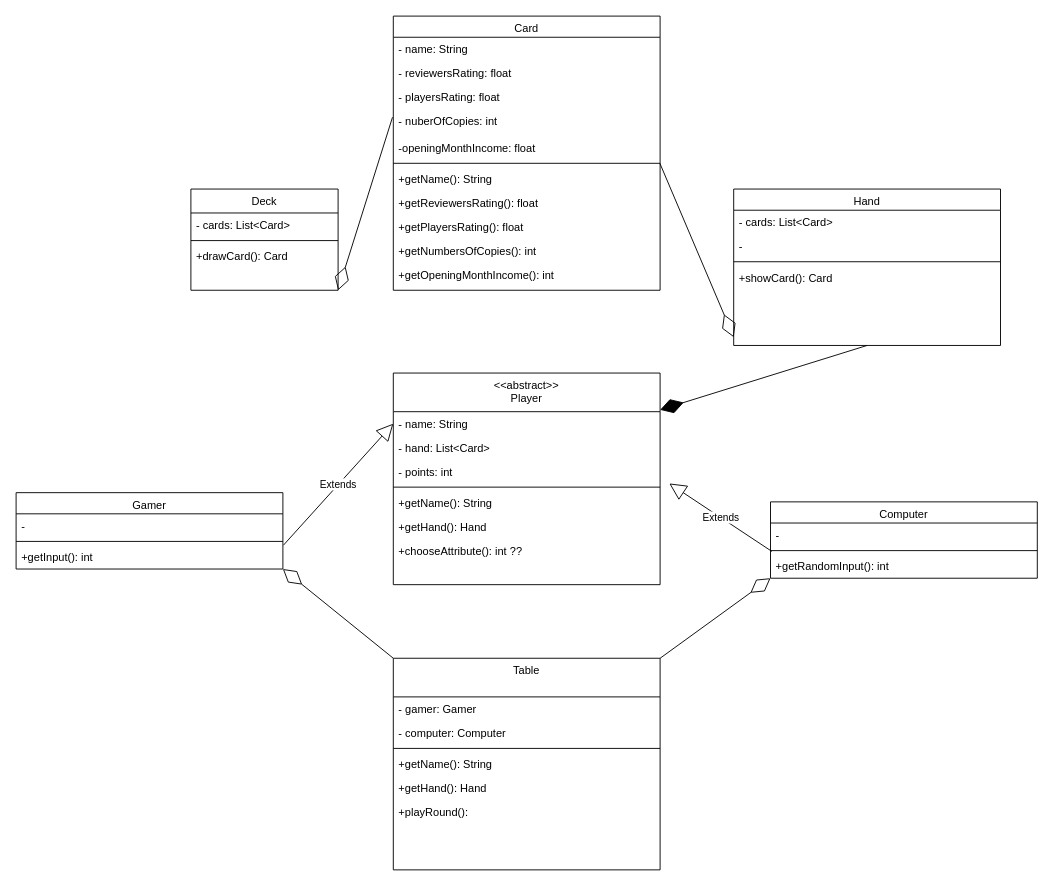
CodecoolKRK20173/battle-of-cards-straznicy-abstrakcji keeps this draw.io diagram as UML.drawio. Above is the earlier version. Source tidied: cells renumbered, new cells numbered last; positions are measured from the earlier drawing's top-left corner, leaving out a move shared by most shapes. Both pictures are drawn from the tidied source at 92%, with x=0, y=0 at pixel (16, 16).
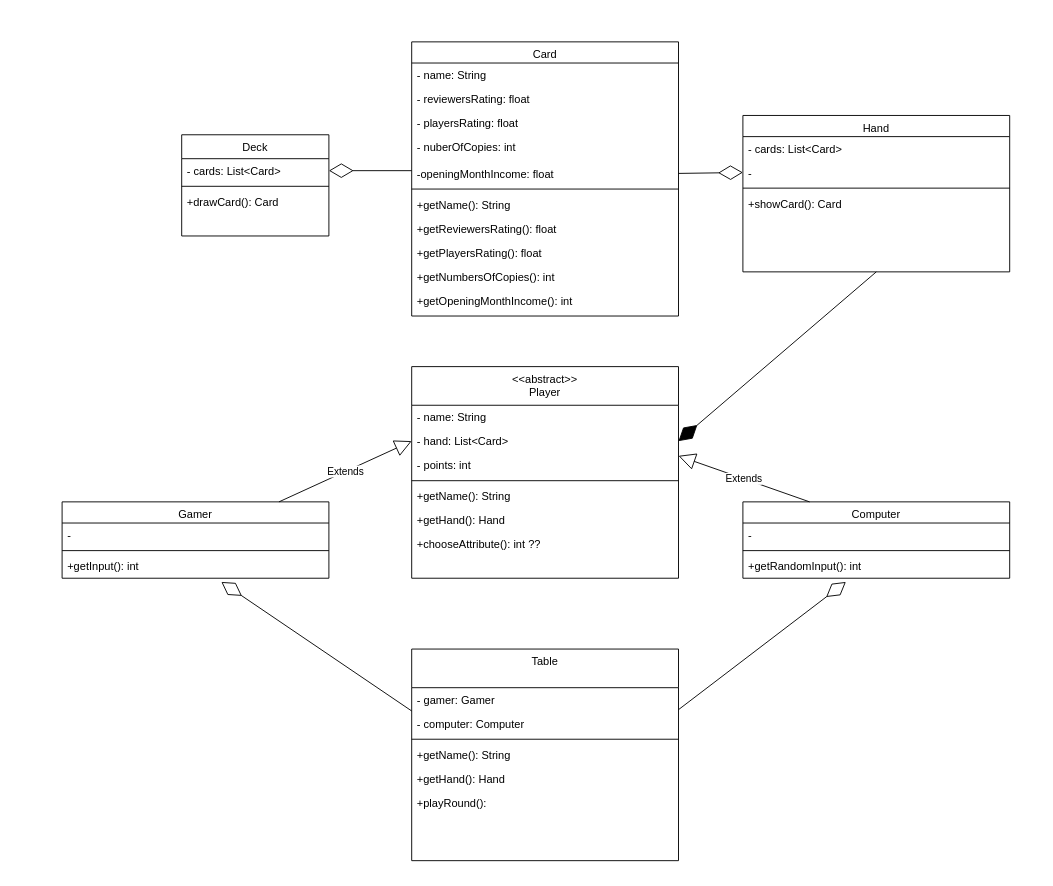
After the change.

Commit message:
Made prettier UML

Unchanged cells that the change refers to:
```xml
<mxCell id="6" value="- nuberOfCopies: int" style="text;align=left;verticalAlign=top;spacingLeft=4;spacingRight=4;overflow=hidden;points=[[0,0.5],[1,0.5]];portConstraint=eastwest;rounded=0;shadow=0;html=0;" parent="2" vertex="1">
  <mxGeometry y="101" width="290" height="29" as="geometry" />
</mxCell>
<mxCell id="7" value="-openingMonthIncome: float" style="text;align=left;verticalAlign=top;spacingLeft=4;spacingRight=4;overflow=hidden;points=[[0,0.5],[1,0.5]];portConstraint=eastwest;rounded=0;shadow=0;html=0;" parent="2" vertex="1">
  <mxGeometry y="130" width="290" height="26" as="geometry" />
</mxCell>
<mxCell id="8" style="line;html=1;strokeWidth=1;align=left;verticalAlign=middle;spacingTop=-1;spacingLeft=3;spacingRight=3;labelPosition=right;points=[];portConstraint=eastwest;" parent="2" vertex="1">
  <mxGeometry y="156" width="290" height="8" as="geometry" />
</mxCell>
<mxCell id="15" value="- name: String" style="text;align=left;verticalAlign=top;spacingLeft=4;spacingRight=4;overflow=hidden;points=[[0,0.5],[1,0.5]];portConstraint=eastwest;" parent="14" vertex="1">
  <mxGeometry y="42" width="290" height="26" as="geometry" />
</mxCell>
<mxCell id="16" value="- hand: List&lt;Card&gt;" style="text;align=left;verticalAlign=top;spacingLeft=4;spacingRight=4;overflow=hidden;points=[[0,0.5],[1,0.5]];portConstraint=eastwest;rounded=0;shadow=0;html=0;" parent="14" vertex="1">
  <mxGeometry y="68" width="290" height="26" as="geometry" />
</mxCell>
<mxCell id="23" value="- gamer: Gamer" style="text;align=left;verticalAlign=top;spacingLeft=4;spacingRight=4;overflow=hidden;points=[[0,0.5],[1,0.5]];portConstraint=eastwest;" parent="22" vertex="1">
  <mxGeometry y="42" width="290" height="26" as="geometry" />
</mxCell>
<mxCell id="24" value="- computer: Computer " style="text;align=left;verticalAlign=top;spacingLeft=4;spacingRight=4;overflow=hidden;points=[[0,0.5],[1,0.5]];portConstraint=eastwest;rounded=0;shadow=0;html=0;" parent="22" vertex="1">
  <mxGeometry y="68" width="290" height="26" as="geometry" />
</mxCell>
<mxCell id="31" value="- " style="text;align=left;verticalAlign=top;spacingLeft=4;spacingRight=4;overflow=hidden;points=[[0,0.5],[1,0.5]];portConstraint=eastwest;rounded=0;shadow=0;html=0;" parent="29" vertex="1">
  <mxGeometry y="49" width="290" height="26" as="geometry" />
</mxCell>
<mxCell id="37" value="+getInput(): int" style="text;align=left;verticalAlign=top;spacingLeft=4;spacingRight=4;overflow=hidden;points=[[0,0.5],[1,0.5]];portConstraint=eastwest;" parent="34" vertex="1">
  <mxGeometry y="57" width="290" height="26" as="geometry" />
</mxCell>
<mxCell id="41" value="+getRandomInput(): int" style="text;align=left;verticalAlign=top;spacingLeft=4;spacingRight=4;overflow=hidden;points=[[0,0.5],[1,0.5]];portConstraint=eastwest;" parent="38" vertex="1">
  <mxGeometry y="57" width="290" height="26" as="geometry" />
</mxCell>
<mxCell id="43" value="- cards: List&lt;Card&gt;" style="text;align=left;verticalAlign=top;spacingLeft=4;spacingRight=4;overflow=hidden;points=[[0,0.5],[1,0.5]];portConstraint=eastwest;" parent="42" vertex="1">
  <mxGeometry y="26" width="160" height="26" as="geometry" />
</mxCell>
```

Diff of the diagram source:
```diff
@@
     <mxCell id="2" value="Card" style="swimlane;fontStyle=0;align=center;verticalAlign=top;horizontal=1;startSize=23;rounded=0;shadow=0;strokeWidth=1;" parent="1" vertex="1">
-      <mxGeometry x="410" width="290" height="298" as="geometry" />
+      <mxGeometry x="430" y="28" width="290" height="298" as="geometry" />
     </mxCell>
@@
     <mxCell id="14" value="&lt;&lt;abstract&gt;&gt;&#10;Player&#10;" style="swimlane;fontStyle=0;align=center;verticalAlign=top;horizontal=1;startSize=42;rounded=0;shadow=0;strokeWidth=1;" parent="1" vertex="1">
-      <mxGeometry x="410" y="388" width="290" height="230" as="geometry" />
+      <mxGeometry x="430" y="381" width="290" height="230" as="geometry" />
     </mxCell>
@@
     <mxCell id="22" value="Table " style="swimlane;fontStyle=0;align=center;verticalAlign=top;horizontal=1;startSize=42;rounded=0;shadow=0;strokeWidth=1;" parent="1" vertex="1">
-      <mxGeometry x="410" y="698" width="290" height="230" as="geometry" />
+      <mxGeometry x="430" y="688" width="290" height="230" as="geometry" />
     </mxCell>
@@
     <mxCell id="29" value="Hand" style="swimlane;fontStyle=0;align=center;verticalAlign=top;horizontal=1;startSize=23;rounded=0;shadow=0;strokeWidth=1;" parent="1" vertex="1">
-      <mxGeometry x="780" y="188" width="290" height="170" as="geometry" />
+      <mxGeometry x="790" y="108" width="290" height="170" as="geometry" />
     </mxCell>
@@
     <mxCell id="34" value="Gamer " style="swimlane;fontStyle=0;align=center;verticalAlign=top;horizontal=1;startSize=23;rounded=0;shadow=0;strokeWidth=1;" parent="1" vertex="1">
-      <mxGeometry y="518" width="290" height="83" as="geometry" />
+      <mxGeometry x="50" y="528" width="290" height="83" as="geometry" />
     </mxCell>
@@
     <mxCell id="38" value="Computer " style="swimlane;fontStyle=0;align=center;verticalAlign=top;horizontal=1;startSize=23;rounded=0;shadow=0;strokeWidth=1;" parent="1" vertex="1">
-      <mxGeometry x="820" y="528" width="290" height="83" as="geometry" />
+      <mxGeometry x="790" y="528" width="290" height="83" as="geometry" />
     </mxCell>
@@
     <mxCell id="42" value="Deck" style="swimlane;fontStyle=0;align=center;verticalAlign=top;horizontal=1;startSize=26;rounded=0;shadow=0;strokeWidth=1;" parent="1" vertex="1">
-      <mxGeometry x="190" y="188" width="160" height="110" as="geometry" />
+      <mxGeometry x="180" y="129" width="160" height="110" as="geometry" />
     </mxCell>
@@
-    <mxCell id="46" style="endArrow=diamondThin;endFill=0;endSize=24;html=1;exitX=-0.003;exitY=0.31;exitDx=0;exitDy=0;exitPerimeter=0;entryX=1;entryY=1;entryDx=0;entryDy=0;" parent="1" edge="1" source="6" target="42">
-      <mxGeometry relative="1" as="geometry" />
+    <mxCell id="46" style="endArrow=diamondThin;endFill=0;endSize=24;html=1;entryX=1;entryY=0.5;entryDx=0;entryDy=0;" parent="1" edge="1" target="43">
+      <mxGeometry relative="1" as="geometry">
+        <mxPoint x="430" y="168" as="sourcePoint" />
+      </mxGeometry>
     </mxCell>
-    <mxCell id="47" style="endArrow=diamondThin;endFill=0;endSize=24;html=1;exitX=0.999;exitY=0.488;exitDx=0;exitDy=0;exitPerimeter=0;" parent="1" edge="1" source="8">
-      <mxGeometry relative="1" as="geometry">
-        <mxPoint x="780" y="349" as="targetPoint" />
-      </mxGeometry>
+    <mxCell id="47" style="endArrow=diamondThin;endFill=0;endSize=24;html=1;exitX=1;exitY=0.5;exitDx=0;exitDy=0;entryX=0;entryY=0.5;entryDx=0;entryDy=0;" parent="1" edge="1" source="7" target="31">
+      <mxGeometry relative="1" as="geometry" />
     </mxCell>
-    <mxCell id="48" value="Extends" style="endArrow=block;endSize=16;endFill=0;html=1;exitX=1.002;exitY=0.004;exitDx=0;exitDy=0;exitPerimeter=0;entryX=0;entryY=0.5;entryDx=0;entryDy=0;" parent="1" edge="1" source="37" target="15">
+    <mxCell id="48" value="Extends" style="endArrow=block;endSize=16;endFill=0;html=1;entryX=0;entryY=0.5;entryDx=0;entryDy=0;" parent="1" edge="1" source="34" target="16">
       <mxGeometry relative="1" as="geometry" />
     </mxCell>
-    <mxCell id="49" value="Extends" style="endArrow=block;endSize=16;endFill=0;html=1;exitX=0.005;exitY=-0.122;exitDx=0;exitDy=0;exitPerimeter=0;" parent="1" edge="1" source="41">
+    <mxCell id="49" value="Extends" style="endArrow=block;endSize=16;endFill=0;html=1;exitX=0.25;exitY=0;exitDx=0;exitDy=0;" parent="1" edge="1" source="38">
       <mxGeometry relative="1" as="geometry">
-        <mxPoint x="710" y="508" as="targetPoint" />
+        <mxPoint x="720" y="478" as="targetPoint" />
       </mxGeometry>
     </mxCell>
-    <mxCell id="50" style="endArrow=diamondThin;endFill=1;endSize=24;html=1;exitX=0.5;exitY=1;exitDx=0;exitDy=0;" parent="1" edge="1" source="29">
-      <mxGeometry relative="1" as="geometry">
-        <mxPoint x="700" y="428" as="targetPoint" />
-      </mxGeometry>
+    <mxCell id="50" style="endArrow=diamondThin;endFill=1;endSize=24;html=1;exitX=0.5;exitY=1;exitDx=0;exitDy=0;entryX=1;entryY=0.5;entryDx=0;entryDy=0;" parent="1" edge="1" source="29" target="16">
+      <mxGeometry relative="1" as="geometry" />
     </mxCell>
-    <mxCell id="51" style="endArrow=diamondThin;endFill=0;endSize=24;html=1;exitX=0;exitY=0;exitDx=0;exitDy=0;entryX=1;entryY=1;entryDx=0;entryDy=0;" parent="1" edge="1" source="22" target="34">
+    <mxCell id="51" style="endArrow=diamondThin;endFill=0;endSize=24;html=1;exitX=0;exitY=0.973;exitDx=0;exitDy=0;entryX=0.597;entryY=1.156;entryDx=0;entryDy=0;entryPerimeter=0;exitPerimeter=0;" parent="1" edge="1" source="23" target="37">
       <mxGeometry relative="1" as="geometry" />
     </mxCell>
-    <mxCell id="52" style="endArrow=diamondThin;endFill=0;endSize=24;html=1;exitX=1;exitY=0;exitDx=0;exitDy=0;entryX=0;entryY=1;entryDx=0;entryDy=0;" parent="1" edge="1" source="22" target="38">
+    <mxCell id="52" style="endArrow=diamondThin;endFill=0;endSize=24;html=1;exitX=1;exitY=-0.082;exitDx=0;exitDy=0;entryX=0.386;entryY=1.156;entryDx=0;entryDy=0;entryPerimeter=0;exitPerimeter=0;" parent="1" edge="1" source="24" target="41">
       <mxGeometry relative="1" as="geometry" />
     </mxCell>
```
